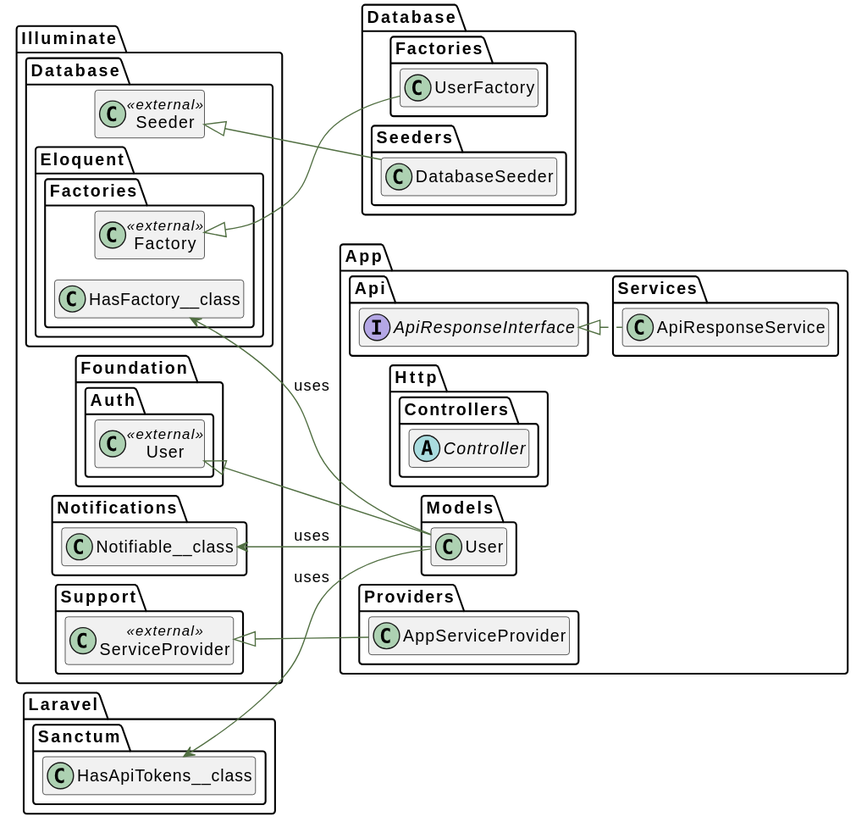
Before: docs/graphs/classes.svg, a diagram exported from PlantUML (MohamedOscar3/todolist-back). Source of this version:
```plantuml
@startuml
!pragma layout smetana
   skinparam ArrowColor #516f42
   skinparam activityBorderColor #516f42
   skinparam activityBackgroundColor #ffffff
   skinparam activityDiamondBorderColor #516f42
   skinparam activityDiamondBackgroundColor #ffffff
   skinparam shadowing false

skinparam shadowing false
skinparam linetype ortho
hide empty members
left to right direction
set namespaceSeparator \\

namespace App\\Api {
    interface "ApiResponseInterface" as ApiResponseInterface__interface  {
    }
}
namespace App\\Http\\Controllers {
    abstract  class "Controller" as Controller__class    {
    }
}
namespace Illuminate\\Foundation\\Auth {
    class "User" as User__class << external >>{
    }
}
\\Laravel\\Sanctum\\HasApiTokens__class <-- \\App\\Models\\User__class : uses
\\Illuminate\\Database\\Eloquent\\Factories\\HasFactory__class <-- \\App\\Models\\User__class : uses
\\Illuminate\\Notifications\\Notifiable__class <-- \\App\\Models\\User__class : uses
namespace App\\Models {
     class "User" as User__class   extends \\Illuminate\\Foundation\\Auth\\User__class  {
    }
}
namespace Illuminate\\Support {
    class "ServiceProvider" as ServiceProvider__class << external >>{
    }
}
namespace App\\Providers {
     class "AppServiceProvider" as AppServiceProvider__class   extends \\Illuminate\\Support\\ServiceProvider__class  {
    }
}
namespace App\\Services {
     class "ApiResponseService" as ApiResponseService__class    implements \\App\\Api\\ApiResponseInterface__interface {
    }
}
namespace Illuminate\\Database\\Eloquent\\Factories {
    class "Factory" as Factory__class << external >>{
    }
}
namespace Database\\Factories {
     class "UserFactory" as UserFactory__class   extends \\Illuminate\\Database\\Eloquent\\Factories\\Factory__class  {
    }
}
namespace Illuminate\\Database {
    class "Seeder" as Seeder__class << external >>{
    }
}
namespace Database\\Seeders {
     class "DatabaseSeeder" as DatabaseSeeder__class   extends \\Illuminate\\Database\\Seeder__class  {
    }
}
@enduml
```
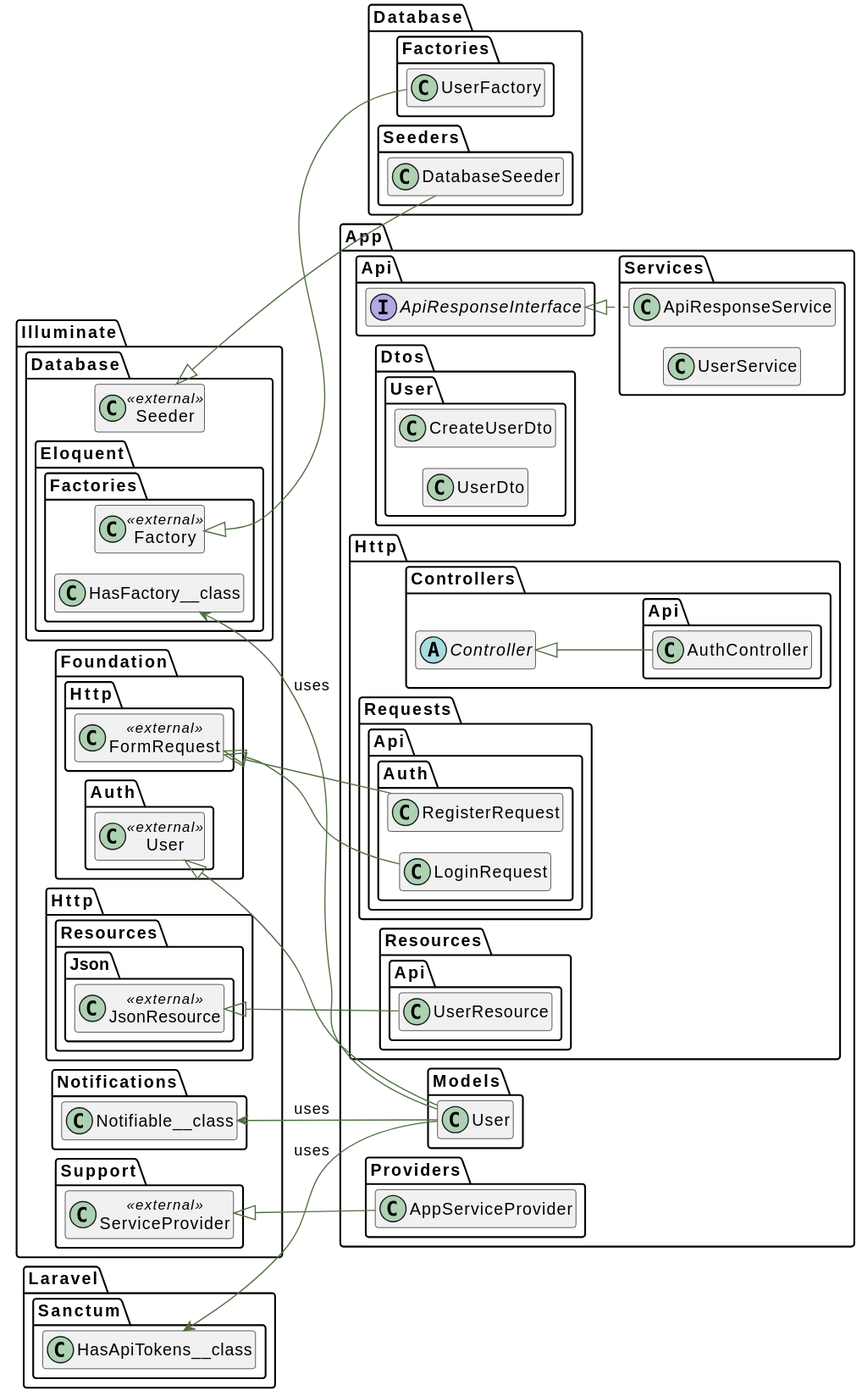
The same file after the commit.

The edit, as a diff of the source:
```diff
@@ -17,8 +17,40 @@
     interface "ApiResponseInterface" as ApiResponseInterface__interface  {
     }
 }
+namespace App\\Dtos\\User {
+     class "CreateUserDto" as CreateUserDto__class    {
+    }
+}
+namespace App\\Dtos\\User {
+     class "UserDto" as UserDto__class    {
+    }
+}
 namespace App\\Http\\Controllers {
     abstract  class "Controller" as Controller__class    {
+    }
+}
+namespace App\\Http\\Controllers\\Api {
+     class "AuthController" as AuthController__class   extends \\App\\Http\\Controllers\\Controller__class  {
+    }
+}
+namespace Illuminate\\Foundation\\Http {
+    class "FormRequest" as FormRequest__class << external >>{
+    }
+}
+namespace App\\Http\\Requests\\Api\\Auth {
+     class "LoginRequest" as LoginRequest__class   extends \\Illuminate\\Foundation\\Http\\FormRequest__class  {
+    }
+}
+namespace App\\Http\\Requests\\Api\\Auth {
+     class "RegisterRequest" as RegisterRequest__class   extends \\Illuminate\\Foundation\\Http\\FormRequest__class  {
+    }
+}
+namespace Illuminate\\Http\\Resources\\Json {
+    class "JsonResource" as JsonResource__class << external >>{
+    }
+}
+namespace App\\Http\\Resources\\Api {
+     class "UserResource" as UserResource__class   extends \\Illuminate\\Http\\Resources\\Json\\JsonResource__class  {
     }
 }
 namespace Illuminate\\Foundation\\Auth {
@@ -44,6 +76,10 @@
      class "ApiResponseService" as ApiResponseService__class    implements \\App\\Api\\ApiResponseInterface__interface {
     }
 }
+namespace App\\Services {
+     class "UserService" as UserService__class    {
+    }
+}
 namespace Illuminate\\Database\\Eloquent\\Factories {
     class "Factory" as Factory__class << external >>{
     }
```
